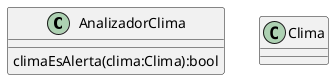
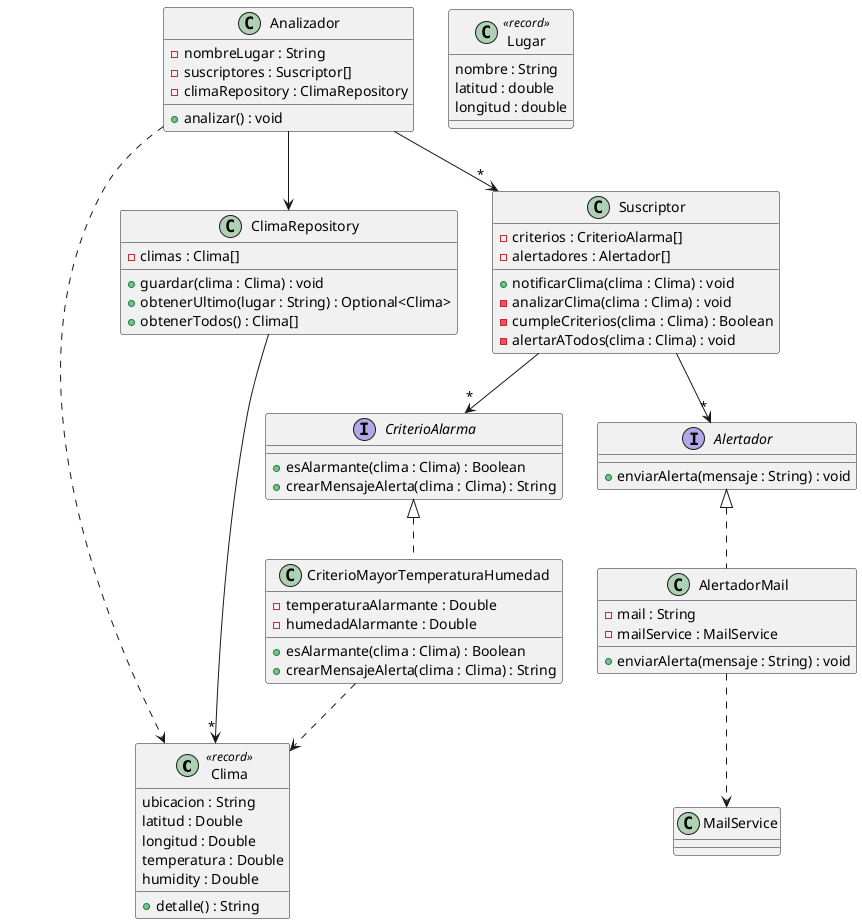
@startuml

- class AnalizadorClima{
+ ' modelo de dominio (ar.edu.utn.ba.ddsi.climalert.models.*)

-     climaEsAlerta(clima:Clima):bool
+ class Clima <<record>> {
+     ubicacion : String
+     latitud : Double
+     longitud : Double
+     temperatura : Double
+     humidity : Double
+ 
+     ' arma el texto con todos los datos del clima, usado en el cuerpo del mail de alerta
+     + detalle() : String
}

- class Clima{
- 
+ class Lugar <<record>> {
+     nombre : String
+     latitud : double
+     longitud : double
}

+ class Analizador {
+     - nombreLugar : String
+     - suscriptores : Suscriptor[]
+     - climaRepository : ClimaRepository
+ 
+     ' busca el ultimo clima guardado de su lugar y se lo reporta a sus suscriptores
+     + analizar() : void
+ }
+ 
+ class Suscriptor {
+     - criterios : CriterioAlarma[]
+     - alertadores : Alertador[]
+ 
+     ' le llega el clima, evalua con SUS criterios y dispara SUS alertadores
+     + notificarClima(clima : Clima) : void
+     - analizarClima(clima : Clima) : void
+     - cumpleCriterios(clima : Clima) : Boolean
+     - alertarATodos(clima : Clima) : void
+ }
+ 
+ interface CriterioAlarma {
+     + esAlarmante(clima : Clima) : Boolean
+     + crearMensajeAlerta(clima : Clima) : String
+ }
+ 
+ class CriterioMayorTemperaturaHumedad implements CriterioAlarma {
+     - temperaturaAlarmante : Double
+     - humedadAlarmante : Double
+     + esAlarmante(clima : Clima) : Boolean
+     + crearMensajeAlerta(clima : Clima) : String
+ }
+ 
+ interface Alertador {
+     + enviarAlerta(mensaje : String) : void
+ }
+ 
+ class AlertadorMail implements Alertador {
+     - mail : String
+     - mailService : MailService
+     + enviarAlerta(mensaje : String) : void
+ }
+ 
+ class ClimaRepository {
+     - climas : Clima[]
+     + guardar(clima : Clima) : void
+     + obtenerUltimo(lugar : String) : Optional<Clima>
+     + obtenerTodos() : Clima[]
+ }
+ 
+ Analizador --> ClimaRepository
+ Analizador --> "*" Suscriptor
+ Suscriptor --> "*" Alertador
+ Suscriptor --> "*" CriterioAlarma
+ ClimaRepository --> "*" Clima
+ AlertadorMail ..> MailService
+ 
+ CriterioMayorTemperaturaHumedad ..> Clima
+ Analizador ..> Clima
+ 
@enduml
